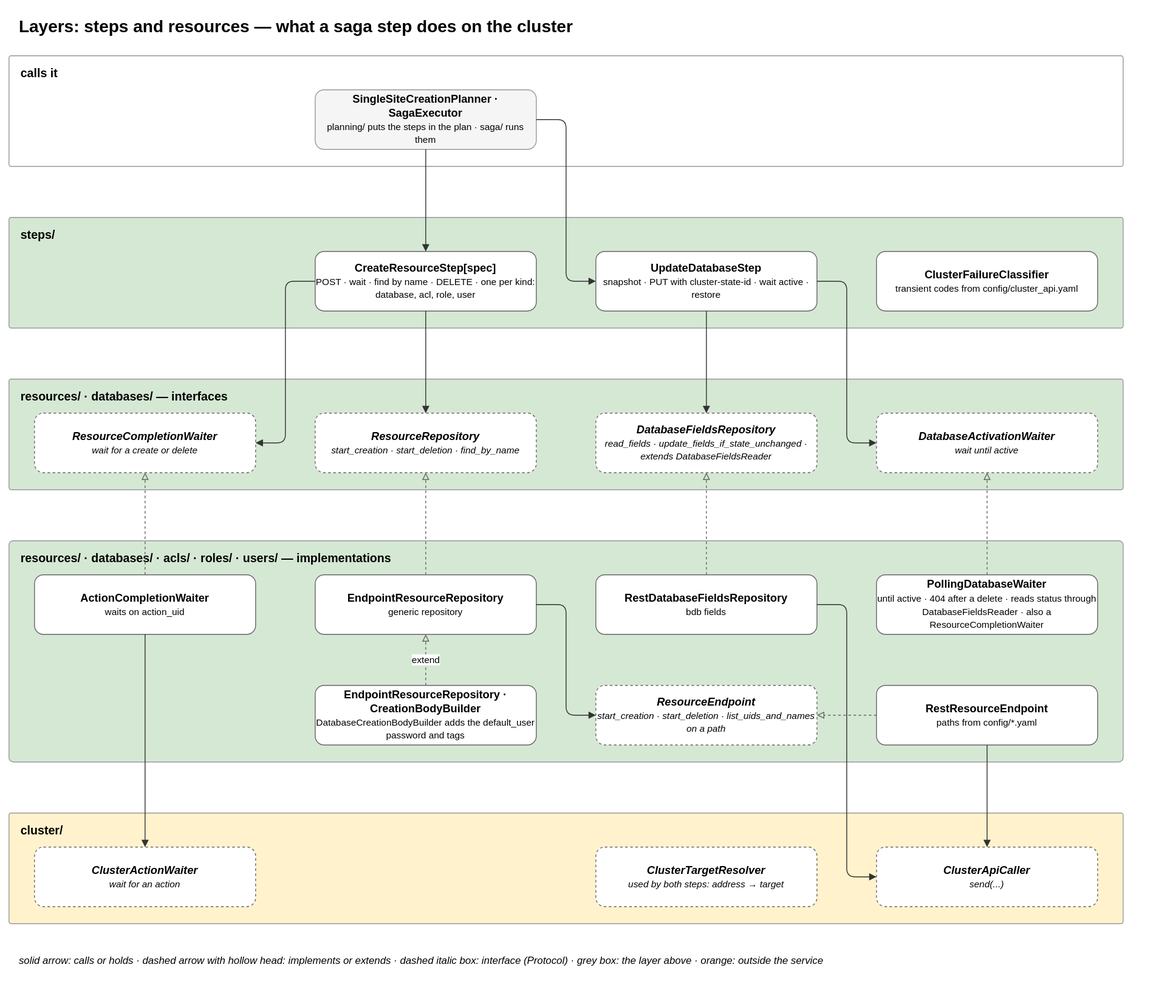
The draw.io diagram docs/diagrams/07-layer-steps-resources.drawio.svg in EliShteinman/redis-enterprise-services, before a commit. Source tidied: cells renumbered, new cells last; positions are measured from the earlier drawing's top-left corner, leaving out a move shared by most shapes.
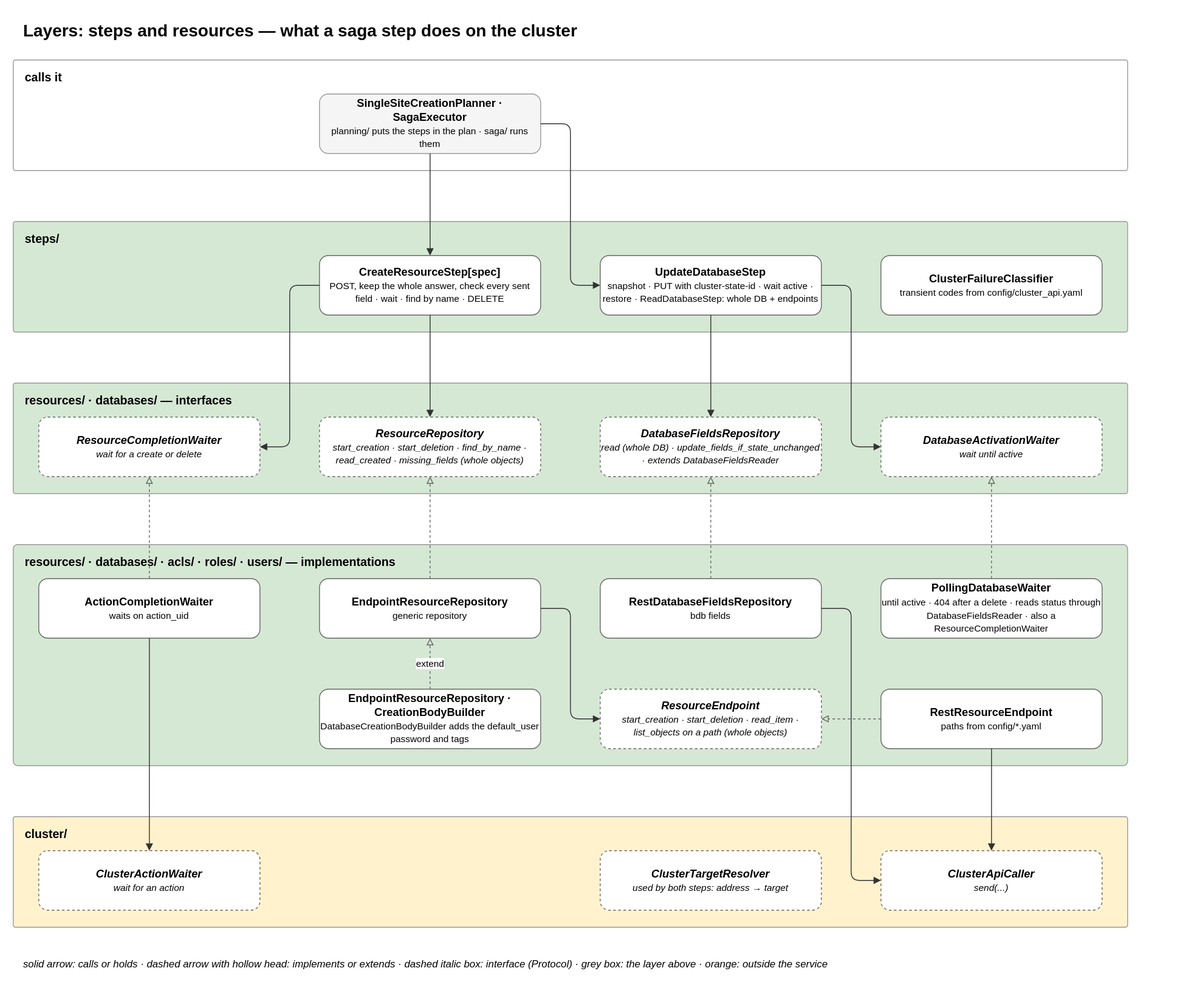
The same file after the commit.

Commit message:
docs: whole-object cluster calls; diagrams for the result tree and the read-back step

The edit, as a diff of the source:
```diff
@@ -14,10 +14,10 @@
     <mxCell id="5" value="&lt;b&gt;steps/&lt;/b&gt;" style="rounded=1;arcSize=2;fillColor=#d5e8d4;strokeColor=#999999;verticalAlign=top;align=left;spacingLeft=12;spacingTop=6;html=1;fontSize=14;" parent="1" vertex="1">
       <mxGeometry y="245" width="1310" height="130" as="geometry" />
     </mxCell>
-    <mxCell id="6" value="&lt;b&gt;CreateResourceStep[spec]&lt;/b&gt;&lt;br&gt;&lt;font style='font-size:11px'&gt;POST · wait · find by name · DELETE · one per kind: database, acl, role, user&lt;/font&gt;" style="rounded=1;whiteSpace=wrap;html=1;fillColor=#ffffff;strokeColor=#666666;fontSize=13;" parent="1" vertex="1">
+    <mxCell id="6" value="&lt;b&gt;CreateResourceStep[spec]&lt;/b&gt;&lt;br&gt;&lt;font style='font-size:11px'&gt;POST, keep the whole answer, check every sent field · wait · find by name · DELETE&lt;/font&gt;" style="rounded=1;whiteSpace=wrap;html=1;fillColor=#ffffff;strokeColor=#666666;fontSize=13;" parent="1" vertex="1">
       <mxGeometry x="360" y="285" width="260" height="70" as="geometry" />
     </mxCell>
-    <mxCell id="7" value="&lt;b&gt;UpdateDatabaseStep&lt;/b&gt;&lt;br&gt;&lt;font style='font-size:11px'&gt;snapshot · PUT with cluster-state-id · wait active · restore&lt;/font&gt;" style="rounded=1;whiteSpace=wrap;html=1;fillColor=#ffffff;strokeColor=#666666;fontSize=13;" parent="1" vertex="1">
+    <mxCell id="7" value="&lt;b&gt;UpdateDatabaseStep&lt;/b&gt;&lt;br&gt;&lt;font style='font-size:11px'&gt;snapshot · PUT with cluster-state-id · wait active · restore · ReadDatabaseStep: whole DB + endpoints&lt;/font&gt;" style="rounded=1;whiteSpace=wrap;html=1;fillColor=#ffffff;strokeColor=#666666;fontSize=13;" parent="1" vertex="1">
       <mxGeometry x="690" y="285" width="260" height="70" as="geometry" />
     </mxCell>
     <mxCell id="8" value="&lt;b&gt;ClusterFailureClassifier&lt;/b&gt;&lt;br&gt;&lt;font style='font-size:11px'&gt;transient codes from config/cluster_api.yaml&lt;/font&gt;" style="rounded=1;whiteSpace=wrap;html=1;fillColor=#ffffff;strokeColor=#666666;fontSize=13;" parent="1" vertex="1">
@@ -29,10 +29,10 @@
     <mxCell id="10" value="&lt;b&gt;ResourceCompletionWaiter&lt;/b&gt;&lt;br&gt;&lt;font style='font-size:11px'&gt;wait for a create or delete&lt;/font&gt;" style="rounded=1;whiteSpace=wrap;html=1;fillColor=#ffffff;strokeColor=#666666;fontSize=13;dashed=1;fontStyle=2;" parent="1" vertex="1">
       <mxGeometry x="30" y="475" width="260" height="70" as="geometry" />
     </mxCell>
-    <mxCell id="11" value="&lt;b&gt;ResourceRepository&lt;/b&gt;&lt;br&gt;&lt;font style='font-size:11px'&gt;start_creation · start_deletion · find_by_name&lt;/font&gt;" style="rounded=1;whiteSpace=wrap;html=1;fillColor=#ffffff;strokeColor=#666666;fontSize=13;dashed=1;fontStyle=2;" parent="1" vertex="1">
+    <mxCell id="11" value="&lt;b&gt;ResourceRepository&lt;/b&gt;&lt;br&gt;&lt;font style='font-size:11px'&gt;start_creation · start_deletion · find_by_name · read_created · missing_fields (whole objects)&lt;/font&gt;" style="rounded=1;whiteSpace=wrap;html=1;fillColor=#ffffff;strokeColor=#666666;fontSize=13;dashed=1;fontStyle=2;" parent="1" vertex="1">
       <mxGeometry x="360" y="475" width="260" height="70" as="geometry" />
     </mxCell>
-    <mxCell id="12" value="&lt;b&gt;DatabaseFieldsRepository&lt;/b&gt;&lt;br&gt;&lt;font style='font-size:11px'&gt;read_fields · update_fields_if_state_unchanged · extends DatabaseFieldsReader&lt;/font&gt;" style="rounded=1;whiteSpace=wrap;html=1;fillColor=#ffffff;strokeColor=#666666;fontSize=13;dashed=1;fontStyle=2;" parent="1" vertex="1">
+    <mxCell id="12" value="&lt;b&gt;DatabaseFieldsRepository&lt;/b&gt;&lt;br&gt;&lt;font style='font-size:11px'&gt;read (whole DB) · update_fields_if_state_unchanged · extends DatabaseFieldsReader&lt;/font&gt;" style="rounded=1;whiteSpace=wrap;html=1;fillColor=#ffffff;strokeColor=#666666;fontSize=13;dashed=1;fontStyle=2;" parent="1" vertex="1">
       <mxGeometry x="690" y="475" width="260" height="70" as="geometry" />
     </mxCell>
     <mxCell id="13" value="&lt;b&gt;DatabaseActivationWaiter&lt;/b&gt;&lt;br&gt;&lt;font style='font-size:11px'&gt;wait until active&lt;/font&gt;" style="rounded=1;whiteSpace=wrap;html=1;fillColor=#ffffff;strokeColor=#666666;fontSize=13;dashed=1;fontStyle=2;" parent="1" vertex="1">
@@ -56,7 +56,7 @@
     <mxCell id="19" value="&lt;b&gt;EndpointResourceRepository · CreationBodyBuilder&lt;/b&gt;&lt;br&gt;&lt;font style='font-size:11px'&gt;DatabaseCreationBodyBuilder adds the default_user password and tags&lt;/font&gt;" style="rounded=1;whiteSpace=wrap;html=1;fillColor=#ffffff;strokeColor=#666666;fontSize=13;" parent="1" vertex="1">
       <mxGeometry x="360" y="795" width="260" height="70" as="geometry" />
     </mxCell>
-    <mxCell id="20" value="&lt;b&gt;ResourceEndpoint&lt;/b&gt;&lt;br&gt;&lt;font style='font-size:11px'&gt;start_creation · start_deletion · list_uids_and_names on a path&lt;/font&gt;" style="rounded=1;whiteSpace=wrap;html=1;fillColor=#ffffff;strokeColor=#666666;fontSize=13;dashed=1;fontStyle=2;" parent="1" vertex="1">
+    <mxCell id="20" value="&lt;b&gt;ResourceEndpoint&lt;/b&gt;&lt;br&gt;&lt;font style='font-size:11px'&gt;start_creation · start_deletion · read_item · list_objects on a path (whole objects)&lt;/font&gt;" style="rounded=1;whiteSpace=wrap;html=1;fillColor=#ffffff;strokeColor=#666666;fontSize=13;dashed=1;fontStyle=2;" parent="1" vertex="1">
       <mxGeometry x="690" y="795" width="260" height="70" as="geometry" />
     </mxCell>
     <mxCell id="21" value="&lt;b&gt;RestResourceEndpoint&lt;/b&gt;&lt;br&gt;&lt;font style='font-size:11px'&gt;paths from config/*.yaml&lt;/font&gt;" style="rounded=1;whiteSpace=wrap;html=1;fillColor=#ffffff;strokeColor=#666666;fontSize=13;" parent="1" vertex="1">
```
